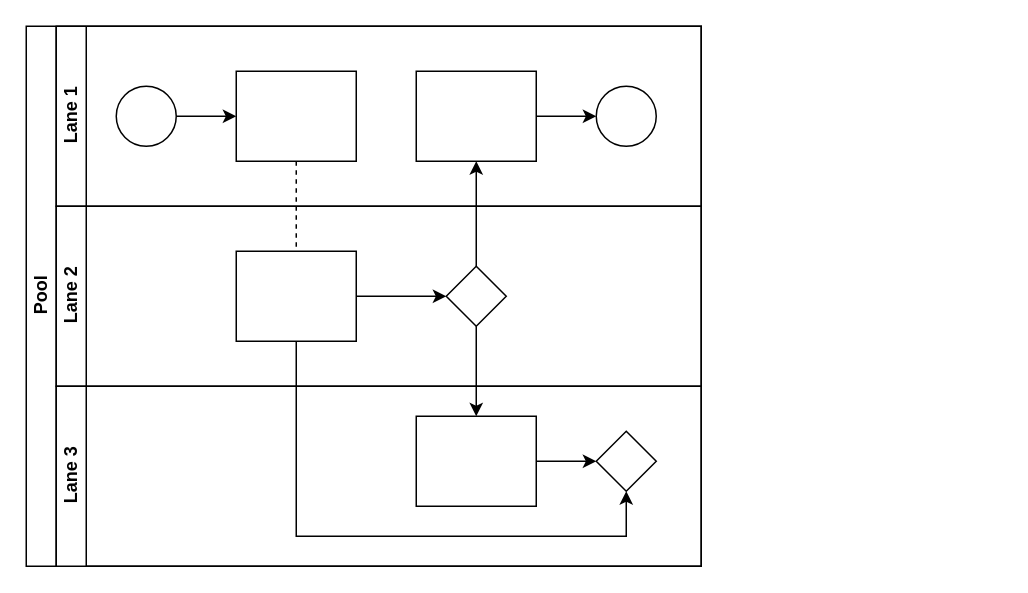
Before: resources/TestDiagram.drawio in appifyhub/graphics, a draw.io diagram. Source tidied: cells renumbered, new cells numbered last; positions are measured from the earlier drawing's top-left corner, leaving out a move shared by most shapes. Both pictures are drawn from the tidied source at 150%, with x=0, y=0 at pixel (26, 26).
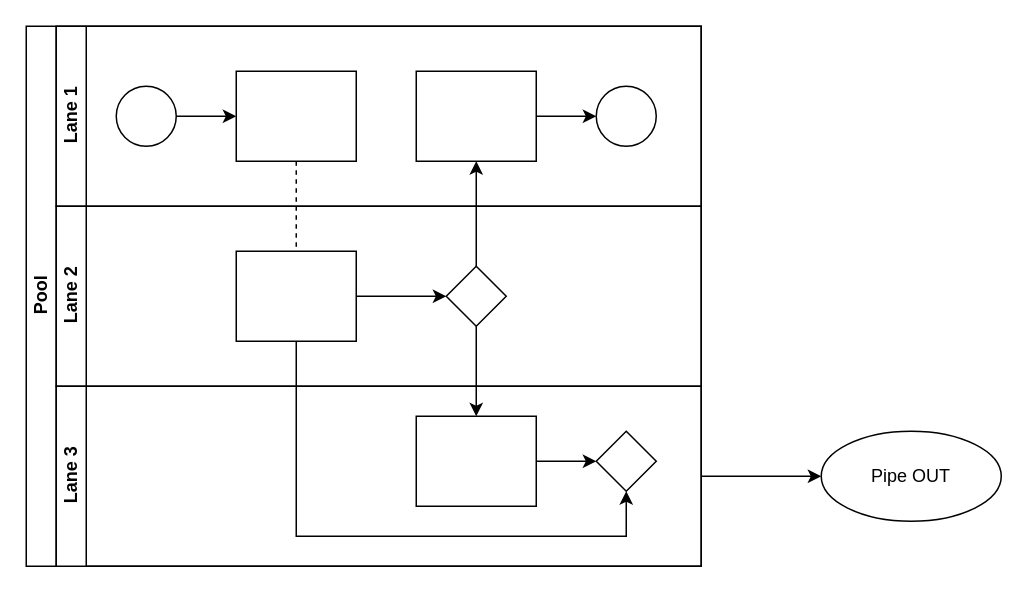
The same page after the edit.

The change refers to these unchanged cells:
```xml
<mxCell id="18" value="Lane 3" style="swimlane;html=1;startSize=20;horizontal=0;" parent="2" vertex="1">
  <mxGeometry x="20" y="240" width="430" height="120" as="geometry" />
</mxCell>
```

The edit, as a diff of the source:
```diff
@@
+    <mxCell id="22" style="edgeStyle=orthogonalEdgeStyle;rounded=0;jettySize=auto;html=1;exitX=1;exitY=0.5;exitDx=0;exitDy=0;entryX=0;entryY=0.5;entryDx=0;entryDy=0;" parent="1" edge="1" source="18" target="23">
+      <mxGeometry relative="1" as="geometry" />
+    </mxCell>
+    <mxCell id="23" value="Pipe OUT" style="ellipse;whiteSpace=wrap;html=1;" parent="1" vertex="1">
+      <mxGeometry x="530" y="270" width="120" height="60" as="geometry" />
+    </mxCell>
```
